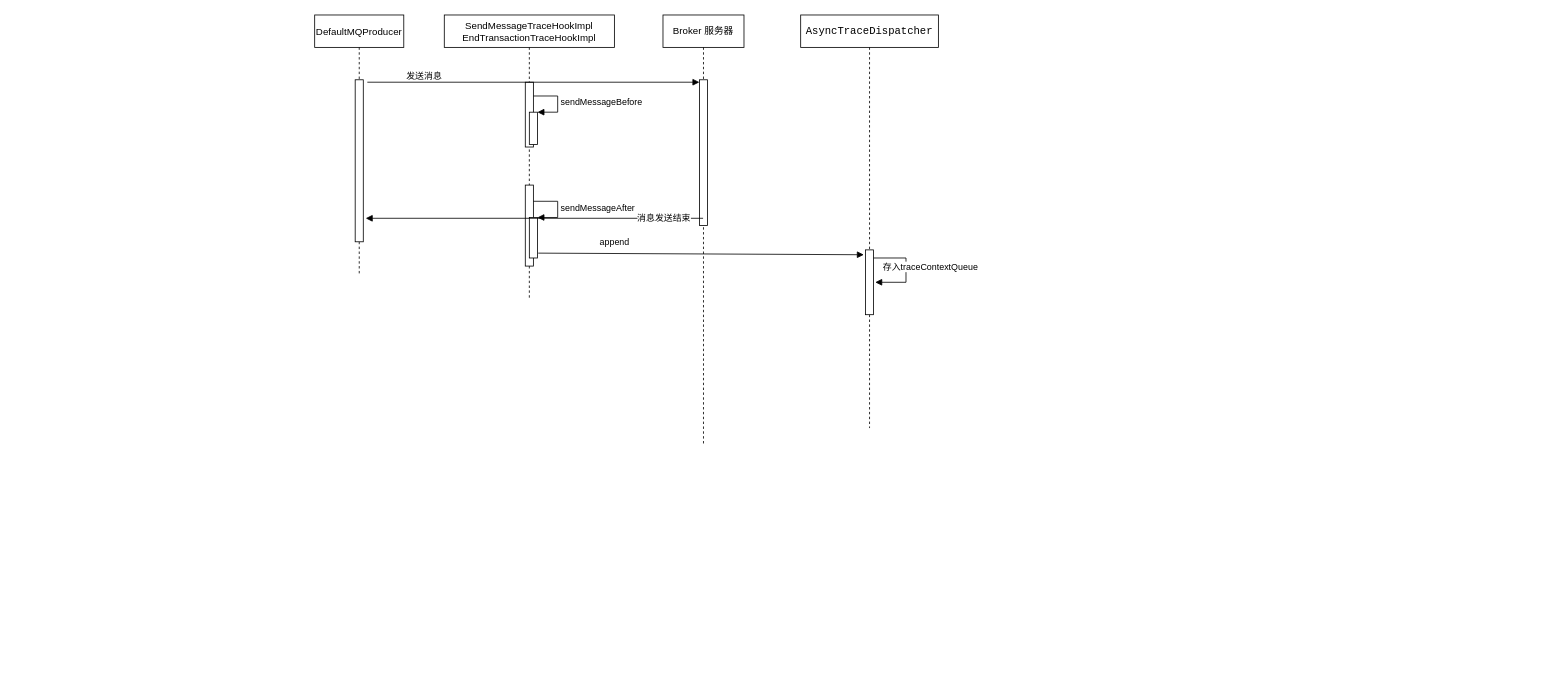
Earlier version of the draw.io diagram RocketMQ/RocketMQ Message Trace Sequence.drawio (JanWarlen/ChartsCenter). Source tidied: cells renumbered, new cells numbered last; positions are measured from the earlier drawing's top-left corner, leaving out a move shared by most shapes. Both pictures are drawn from the tidied source at 81%, with x=0, y=0 at pixel (314, 15).
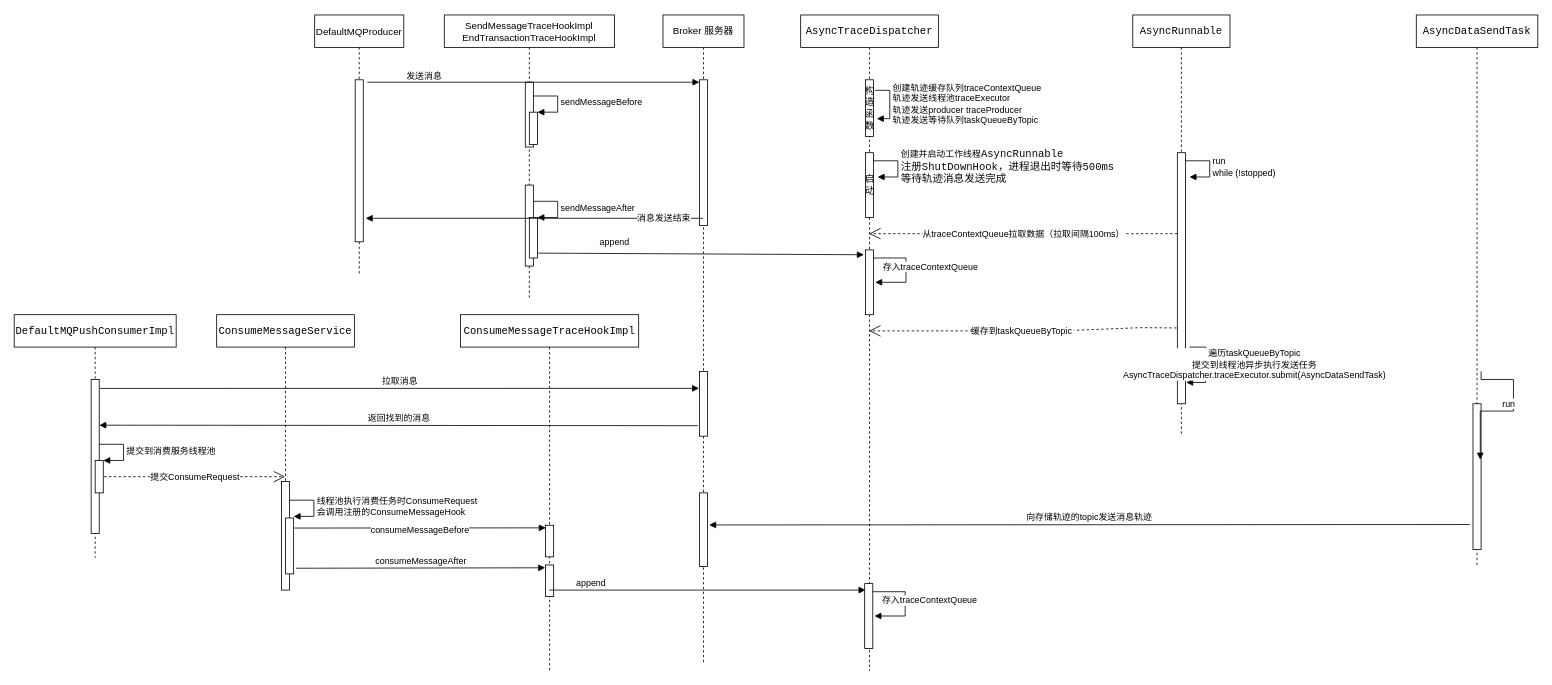
The same diagram, later.

Diff of the diagram source:
```diff
@@
     <mxCell id="11" value="Broker 服务器" style="shape=umlLifeline;perimeter=lifelinePerimeter;whiteSpace=wrap;html=1;outlineConnect=0;" parent="1" vertex="1">
-      <mxGeometry x="430" width="100" height="530" as="geometry" />
+      <mxGeometry x="430" width="100" height="800" as="geometry" />
     </mxCell>
@@
+    <mxCell id="19" style="html=1;points=[];perimeter=orthogonalPerimeter;" parent="11" vertex="1">
+      <mxGeometry x="45" y="590" width="10" height="91" as="geometry" />
+    </mxCell>
+    <mxCell id="20" style="html=1;points=[];perimeter=orthogonalPerimeter;" parent="11" vertex="1">
+      <mxGeometry x="45" y="440" width="10" height="80" as="geometry" />
+    </mxCell>
@@
     <mxCell id="15" value="&lt;pre style=&quot;background-color:#ffffff;color:#080808;font-family:'JetBrains Mono',monospace;font-size:9.8pt;&quot;&gt;&lt;span style=&quot;color:#000000;&quot;&gt;AsyncTraceDispatcher&lt;/span&gt;&lt;/pre&gt;" style="shape=umlLifeline;perimeter=lifelinePerimeter;whiteSpace=wrap;html=1;outlineConnect=0;" parent="1" vertex="1">
-      <mxGeometry x="600" width="170" height="510" as="geometry" />
+      <mxGeometry x="600" width="170" height="810" as="geometry" />
     </mxCell>
@@
+    <mxCell id="21" value="构&lt;br&gt;造&lt;br&gt;函&lt;br&gt;数" style="html=1;points=[];perimeter=orthogonalPerimeter;" parent="15" vertex="1">
+      <mxGeometry x="80" y="80" width="10" height="70" as="geometry" />
+    </mxCell>
+    <mxCell id="22" value="创建轨迹缓存队列&lt;span style=&quot;text-align: center;&quot;&gt;traceContextQueue&lt;br&gt;&lt;/span&gt;轨迹发送线程池traceExecutor&lt;br&gt;轨迹发送producer&amp;nbsp;traceProducer&lt;br&gt;轨迹发送等待队列taskQueueByTopic&amp;nbsp;" style="edgeStyle=orthogonalEdgeStyle;html=1;align=left;spacingLeft=2;endArrow=block;rounded=0;entryX=1.4;entryY=0.686;entryDx=0;entryDy=0;entryPerimeter=0;exitX=1.2;exitY=0.186;exitDx=0;exitDy=0;exitPerimeter=0;" parent="15" edge="1" source="21" target="21">
+      <mxGeometry relative="1" as="geometry">
+        <Array as="points">
+          <mxPoint x="110" y="93" />
+          <mxPoint x="110" y="128" />
+        </Array>
+      </mxGeometry>
+    </mxCell>
+    <mxCell id="23" value="启&lt;br&gt;动" style="html=1;perimeter=orthogonalPerimeter;" parent="15" vertex="1">
+      <mxGeometry x="80" y="170" width="10" height="80" as="geometry" />
+    </mxCell>
+    <mxCell id="24" value="创建并启动工作线程&lt;span style=&quot;color: rgb(8, 8, 8); font-family: &amp;quot;JetBrains Mono&amp;quot;, monospace; font-size: 9.8pt;&quot;&gt;AsyncRunnable&lt;br&gt;注册ShutDownHook，进程退出时等待500ms&lt;br&gt;等待轨迹消息发送完成&lt;br&gt;&lt;/span&gt;" style="edgeStyle=orthogonalEdgeStyle;html=1;align=left;spacingLeft=2;endArrow=block;rounded=0;entryX=1;entryY=0;" parent="15" edge="1">
+      <mxGeometry relative="1" as="geometry">
+        <mxPoint x="90" y="180" as="sourcePoint" />
+        <mxPoint x="95" y="200" as="targetPoint" />
+        <Array as="points">
+          <mxPoint x="120" y="180" />
+        </Array>
+      </mxGeometry>
+    </mxCell>
+    <mxCell id="25" style="html=1;points=[];perimeter=orthogonalPerimeter;" parent="15" vertex="1">
+      <mxGeometry x="79" y="702" width="10" height="80" as="geometry" />
+    </mxCell>
+    <mxCell id="26" value="存入traceContextQueue" style="html=1;verticalAlign=bottom;endArrow=block;rounded=0;edgeStyle=orthogonalEdgeStyle;entryX=1.2;entryY=0.5;entryDx=0;entryDy=0;entryPerimeter=0;" parent="15" edge="1" target="25">
+      <mxGeometry x="0.11" y="30" relative="1" as="geometry">
+        <mxPoint x="89" y="712" as="sourcePoint" />
+        <Array as="points">
+          <mxPoint x="129" y="712" />
+          <mxPoint x="129" y="742" />
+        </Array>
+      </mxGeometry>
+    </mxCell>
@@
+    <mxCell id="27" value="&lt;span style=&quot;color: rgb(8, 8, 8); font-family: &amp;quot;JetBrains Mono&amp;quot;, monospace; font-size: 13.0667px; text-align: left; background-color: rgb(255, 255, 255);&quot;&gt;AsyncRunnable&lt;/span&gt;" style="shape=umlLifeline;perimeter=lifelinePerimeter;whiteSpace=wrap;html=1;" parent="1" vertex="1">
+      <mxGeometry x="1010" width="120" height="520" as="geometry" />
+    </mxCell>
+    <mxCell id="28" style="html=1;points=[];perimeter=orthogonalPerimeter;" parent="27" vertex="1">
+      <mxGeometry x="55" y="170" width="10" height="310" as="geometry" />
+    </mxCell>
+    <mxCell id="29" value="run&lt;br&gt;while (!stopped)" style="edgeStyle=orthogonalEdgeStyle;html=1;align=left;spacingLeft=2;endArrow=block;rounded=0;entryX=1;entryY=0;" parent="27" edge="1">
+      <mxGeometry relative="1" as="geometry">
+        <mxPoint x="65" y="180" as="sourcePoint" />
+        <mxPoint x="70" y="200" as="targetPoint" />
+        <Array as="points">
+          <mxPoint x="95" y="180" />
+        </Array>
+      </mxGeometry>
+    </mxCell>
+    <mxCell id="30" value="遍历&lt;span style=&quot;text-align: left;&quot;&gt;taskQueueByTopic&lt;br&gt;提交到线程池异步执行发送任务&lt;br&gt;AsyncTraceDispatcher.traceExecutor.submit(AsyncDataSendTask)&lt;br&gt;&lt;/span&gt;" style="html=1;verticalAlign=bottom;endArrow=block;rounded=0;edgeStyle=orthogonalEdgeStyle;entryX=1.1;entryY=0.915;entryDx=0;entryDy=0;entryPerimeter=0;" parent="27" edge="1" target="28">
+      <mxGeometry x="0.45" y="60" relative="1" as="geometry">
+        <mxPoint x="70" y="410" as="sourcePoint" />
+        <Array as="points">
+          <mxPoint x="90" y="410" />
+          <mxPoint x="90" y="454" />
+        </Array>
+        <mxPoint x="60" y="-60" as="offset" />
+      </mxGeometry>
+    </mxCell>
+    <mxCell id="31" value="从traceContextQueue拉取数据（拉取间隔100ms）" style="endArrow=open;endSize=12;dashed=1;html=1;rounded=0;" parent="1" edge="1" source="28" target="15">
+      <mxGeometry relative="1" as="geometry">
+        <Array as="points">
+          <mxPoint x="1000" y="270" />
+          <mxPoint x="810" y="270" />
+        </Array>
+      </mxGeometry>
+    </mxCell>
+    <mxCell id="32" value="缓存到&lt;span style=&quot;text-align: left;&quot;&gt;taskQueueByTopic&amp;nbsp;&lt;/span&gt;" style="endArrow=open;endSize=12;dashed=1;html=1;rounded=0;exitX=-0.1;exitY=0.698;exitDx=0;exitDy=0;exitPerimeter=0;" parent="1" edge="1" source="28" target="15">
+      <mxGeometry relative="1" as="geometry">
+        <Array as="points">
+          <mxPoint x="1020" y="386" />
+          <mxPoint x="920" y="390" />
+          <mxPoint x="750" y="390" />
+        </Array>
+      </mxGeometry>
+    </mxCell>
+    <mxCell id="33" value="&lt;pre style=&quot;background-color:#ffffff;color:#080808;font-family:'JetBrains Mono',monospace;font-size:9.8pt;&quot;&gt;&lt;span style=&quot;color:#000000;&quot;&gt;AsyncDataSendTask&lt;/span&gt;&lt;/pre&gt;" style="shape=umlLifeline;perimeter=lifelinePerimeter;whiteSpace=wrap;html=1;" parent="1" vertex="1">
+      <mxGeometry x="1360" width="150" height="680" as="geometry" />
+    </mxCell>
+    <mxCell id="34" style="html=1;points=[];perimeter=orthogonalPerimeter;" parent="33" vertex="1">
+      <mxGeometry x="70" y="480" width="10" height="180" as="geometry" />
+    </mxCell>
+    <mxCell id="35" value="run" style="html=1;verticalAlign=bottom;endArrow=block;rounded=0;edgeStyle=orthogonalEdgeStyle;entryX=0.9;entryY=0.383;entryDx=0;entryDy=0;entryPerimeter=0;" parent="33" edge="1" target="34">
+      <mxGeometry relative="1" as="geometry">
+        <mxPoint x="80" y="440" as="sourcePoint" />
+        <Array as="points">
+          <mxPoint x="80" y="450" />
+          <mxPoint x="120" y="450" />
+          <mxPoint x="120" y="489" />
+        </Array>
+      </mxGeometry>
+    </mxCell>
+    <mxCell id="36" value="向存储轨迹的topic发送消息轨迹" style="html=1;verticalAlign=bottom;endArrow=block;rounded=0;exitX=-0.4;exitY=0.828;exitDx=0;exitDy=0;exitPerimeter=0;entryX=1.2;entryY=0.435;entryDx=0;entryDy=0;entryPerimeter=0;" parent="1" edge="1" source="34" target="19">
+      <mxGeometry relative="1" as="geometry" />
+    </mxCell>
+    <mxCell id="37" value="&lt;pre style=&quot;background-color:#ffffff;color:#080808;font-family:'JetBrains Mono',monospace;font-size:9.8pt;&quot;&gt;&lt;pre style=&quot;font-family: &amp;quot;JetBrains Mono&amp;quot;, monospace; font-size: 9.8pt;&quot;&gt;&lt;span style=&quot;color:#000000;&quot;&gt;DefaultMQPushConsumerImpl&lt;/span&gt;&lt;/pre&gt;&lt;/pre&gt;" style="shape=umlLifeline;perimeter=lifelinePerimeter;whiteSpace=wrap;html=1;" parent="1" vertex="1">
+      <mxGeometry x="-371" y="370" width="200" height="300" as="geometry" />
+    </mxCell>
+    <mxCell id="38" style="html=1;points=[];perimeter=orthogonalPerimeter;" parent="37" vertex="1">
+      <mxGeometry x="95" y="80" width="10" height="190" as="geometry" />
+    </mxCell>
+    <mxCell id="39" style="html=1;points=[];perimeter=orthogonalPerimeter;" parent="37" vertex="1">
+      <mxGeometry x="100" y="180" width="10" height="40" as="geometry" />
+    </mxCell>
+    <mxCell id="40" value="提交到消费服务线程池" style="edgeStyle=orthogonalEdgeStyle;html=1;align=left;spacingLeft=2;endArrow=block;rounded=0;entryX=1;entryY=0;" parent="37" edge="1" target="39">
+      <mxGeometry relative="1" as="geometry">
+        <mxPoint x="105" y="160" as="sourcePoint" />
+        <Array as="points">
+          <mxPoint x="135" y="160" />
+        </Array>
+      </mxGeometry>
+    </mxCell>
+    <mxCell id="41" value="提交ConsumeRequest" style="endArrow=open;endSize=12;dashed=1;html=1;rounded=0;" parent="37" edge="1" target="44">
+      <mxGeometry relative="1" as="geometry">
+        <mxPoint x="111" y="200" as="sourcePoint" />
+      </mxGeometry>
+    </mxCell>
+    <mxCell id="42" value="返回找到的消息" style="html=1;verticalAlign=bottom;endArrow=block;rounded=0;exitX=-0.2;exitY=0.838;exitDx=0;exitDy=0;exitPerimeter=0;entryX=1.012;entryY=0.297;entryDx=0;entryDy=0;entryPerimeter=0;" parent="1" edge="1" source="20" target="38">
+      <mxGeometry relative="1" as="geometry" />
+    </mxCell>
+    <mxCell id="43" value="拉取消息" style="html=1;verticalAlign=bottom;endArrow=block;rounded=0;exitX=1.073;exitY=0.058;exitDx=0;exitDy=0;exitPerimeter=0;entryX=-0.048;entryY=0.262;entryDx=0;entryDy=0;entryPerimeter=0;" parent="1" edge="1" source="38" target="20">
+      <mxGeometry relative="1" as="geometry" />
+    </mxCell>
+    <mxCell id="44" value="&lt;pre style=&quot;background-color:#ffffff;color:#080808;font-family:'JetBrains Mono',monospace;font-size:9.8pt;&quot;&gt;&lt;span style=&quot;color:#000000;&quot;&gt;ConsumeMessageService&lt;/span&gt;&lt;/pre&gt;" style="shape=umlLifeline;perimeter=lifelinePerimeter;whiteSpace=wrap;html=1;outlineConnect=0;" parent="1" vertex="1">
+      <mxGeometry x="-121" y="370" width="170" height="340" as="geometry" />
+    </mxCell>
+    <mxCell id="45" style="html=1;perimeter=orthogonalPerimeter;" parent="44" vertex="1">
+      <mxGeometry x="80" y="206" width="10" height="134" as="geometry" />
+    </mxCell>
+    <mxCell id="46" style="html=1;points=[];perimeter=orthogonalPerimeter;" parent="44" vertex="1">
+      <mxGeometry x="85" y="251" width="10" height="69" as="geometry" />
+    </mxCell>
+    <mxCell id="47" value="线程池执行消费任务时&lt;span style=&quot;text-align: center;&quot;&gt;ConsumeRequest&lt;/span&gt;&lt;br&gt;会调用注册的ConsumeMessageHook" style="edgeStyle=orthogonalEdgeStyle;html=1;align=left;spacingLeft=2;endArrow=block;rounded=0;entryX=1;entryY=0;" parent="44" edge="1">
+      <mxGeometry relative="1" as="geometry">
+        <mxPoint x="90" y="229" as="sourcePoint" />
+        <mxPoint x="95" y="249" as="targetPoint" />
+        <Array as="points">
+          <mxPoint x="120" y="229" />
+        </Array>
+      </mxGeometry>
+    </mxCell>
+    <mxCell id="48" value="&lt;pre style=&quot;background-color:#ffffff;color:#080808;font-family:'JetBrains Mono',monospace;font-size:9.8pt;&quot;&gt;&lt;span style=&quot;color:#000000;&quot;&gt;ConsumeMessageTraceHookImpl&lt;/span&gt;&lt;/pre&gt;" style="shape=umlLifeline;perimeter=lifelinePerimeter;whiteSpace=wrap;html=1;outlineConnect=0;" parent="1" vertex="1">
+      <mxGeometry x="180" y="370" width="220" height="440" as="geometry" />
+    </mxCell>
+    <mxCell id="49" style="html=1;points=[];perimeter=orthogonalPerimeter;" parent="48" vertex="1">
+      <mxGeometry x="105" y="260" width="10" height="39" as="geometry" />
+    </mxCell>
+    <mxCell id="50" style="html=1;points=[];perimeter=orthogonalPerimeter;" parent="48" vertex="1">
+      <mxGeometry x="105" y="309" width="10" height="39" as="geometry" />
+    </mxCell>
+    <mxCell id="51" value="consumeMessageBefore" style="html=1;verticalAlign=bottom;endArrow=block;rounded=0;exitX=1.093;exitY=0.18;exitDx=0;exitDy=0;exitPerimeter=0;entryX=0.03;entryY=0.081;entryDx=0;entryDy=0;entryPerimeter=0;" parent="1" edge="1" source="46" target="49">
+      <mxGeometry y="-12" relative="1" as="geometry" />
+    </mxCell>
+    <mxCell id="52" value="consumeMessageAfter" style="html=1;verticalAlign=bottom;endArrow=block;rounded=0;exitX=1.315;exitY=0.899;exitDx=0;exitDy=0;exitPerimeter=0;entryX=-0.044;entryY=0.089;entryDx=0;entryDy=0;entryPerimeter=0;" parent="1" edge="1" source="46" target="50">
+      <mxGeometry relative="1" as="geometry" />
+    </mxCell>
+    <mxCell id="53" value="append" style="html=1;verticalAlign=bottom;endArrow=block;rounded=0;entryX=0.1;entryY=0.1;entryDx=0;entryDy=0;entryPerimeter=0;" parent="1" edge="1" source="48" target="25">
+      <mxGeometry x="-0.74" relative="1" as="geometry" />
+    </mxCell>
```
